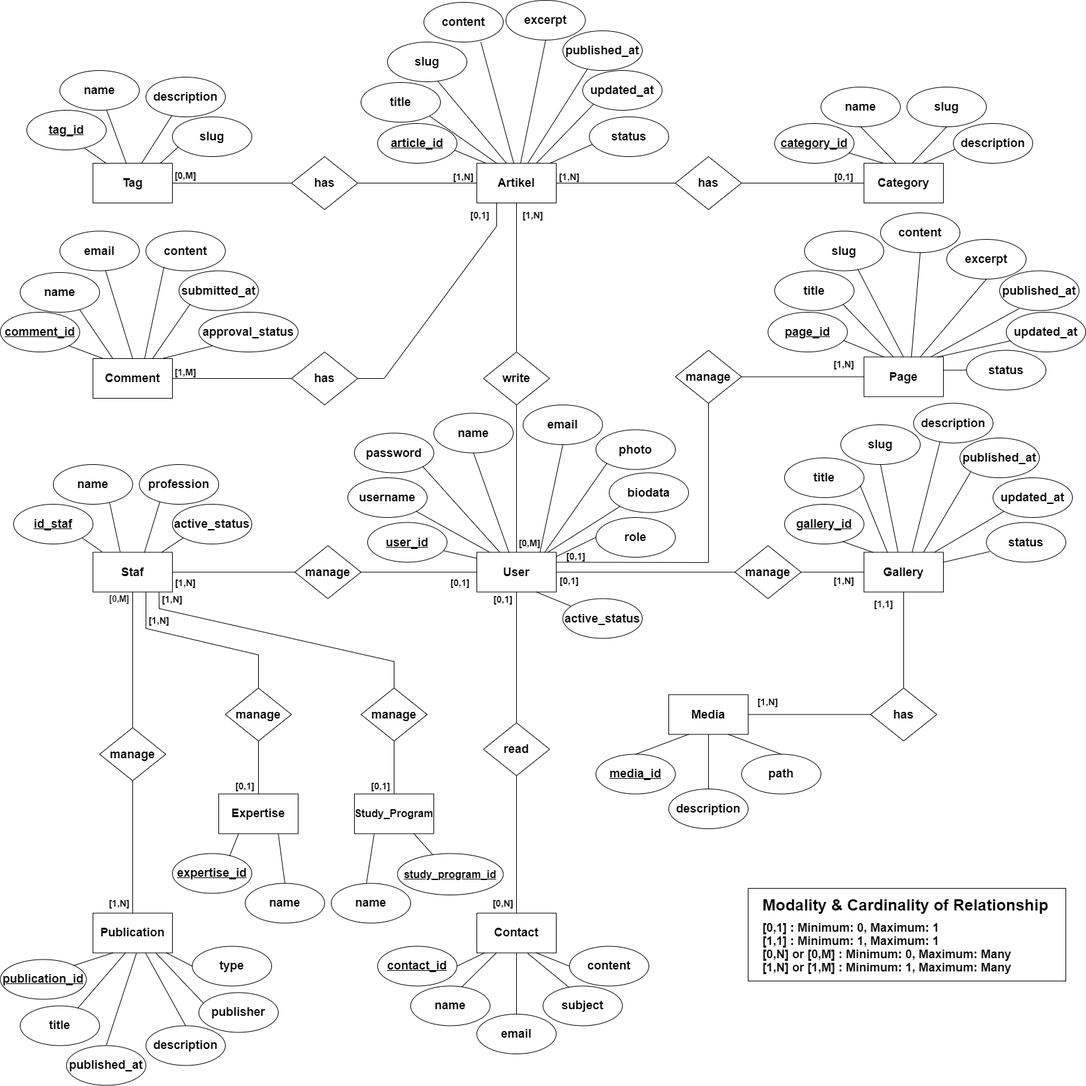
The draw.io diagram higher-edu-web/conceptual-data-model-en.png in alifiharafi/alifiharafi-research.github.io, before a commit. Source tidied: cells renumbered, new cells last; positions are measured from the earlier drawing's top-left corner, leaving out a move shared by most shapes.
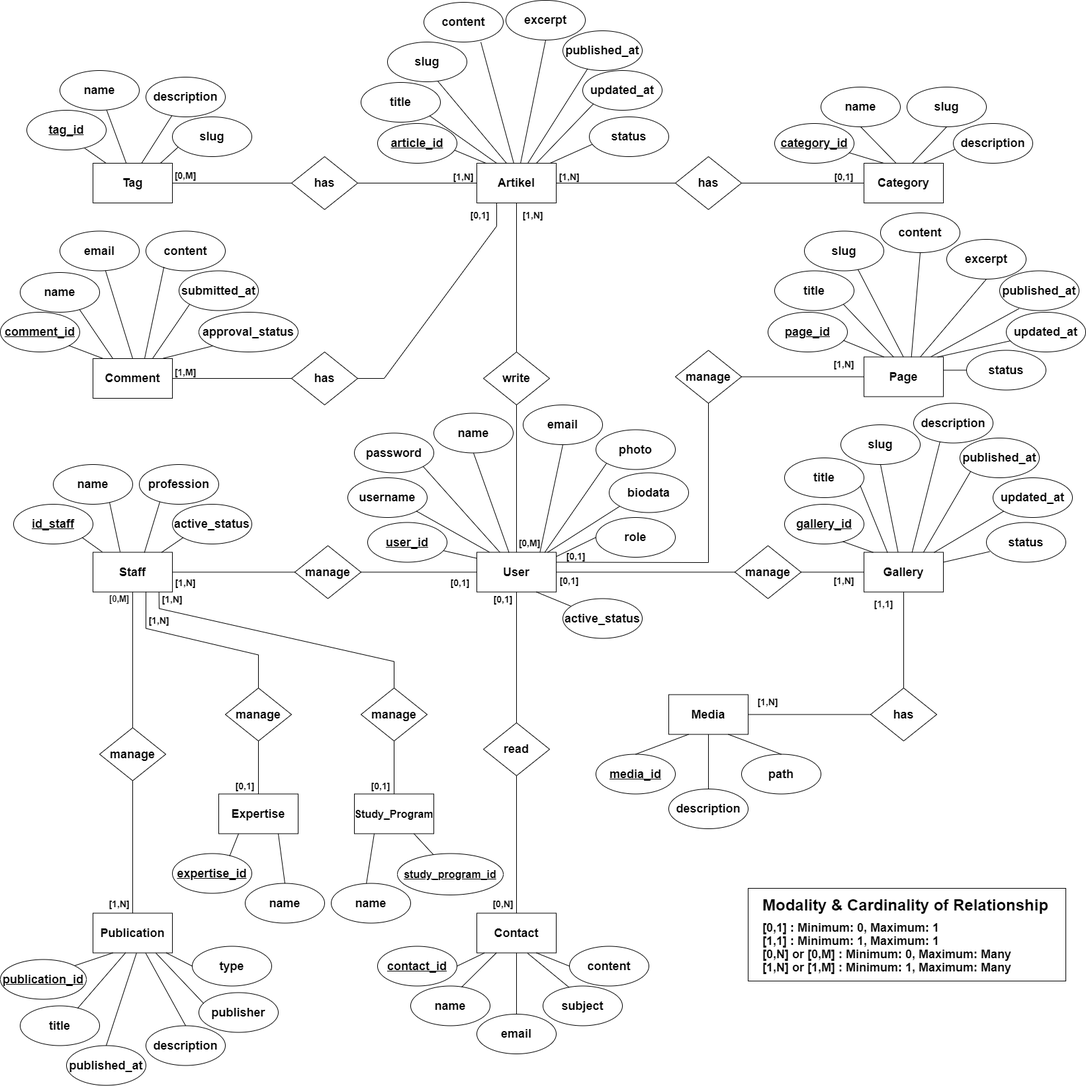
Later version of the same file.

Change to the diagram source:
```diff
@@ -113,7 +113,7 @@
     <mxCell id="38" value="&lt;font style=&quot;font-size: 14px&quot;&gt;[1,N]&lt;/font&gt;" style="text;html=1;strokeColor=none;fillColor=none;align=center;verticalAlign=middle;whiteSpace=wrap;rounded=0;fontSize=13;fontStyle=1;" parent="1" vertex="1">
       <mxGeometry x="785" y="316" width="40" height="15" as="geometry" />
     </mxCell>
-    <mxCell id="39" value="&lt;font style=&quot;font-size: 18px&quot;&gt;Staf&lt;/font&gt;" style="rounded=0;whiteSpace=wrap;html=1;fontSize=14;fontStyle=1;" parent="1" vertex="1">
+    <mxCell id="39" value="&lt;font style=&quot;font-size: 18px&quot;&gt;Staff&lt;/font&gt;" style="rounded=0;whiteSpace=wrap;html=1;fontSize=14;fontStyle=1;" parent="1" vertex="1">
       <mxGeometry x="140" y="833.5" width="120" height="60" as="geometry" />
     </mxCell>
     <mxCell id="40" value="&lt;font style=&quot;font-size: 18px&quot;&gt;write&lt;/font&gt;" style="rhombus;whiteSpace=wrap;html=1;fontSize=12;fontStyle=1;" parent="1" vertex="1">
@@ -294,7 +294,7 @@
     <mxCell id="97" value="&lt;font style=&quot;font-size: 18px&quot;&gt;path&lt;/font&gt;" style="ellipse;whiteSpace=wrap;html=1;fontStyle=1;fillColor=default;strokeColor=default;fontColor=default;" parent="1" vertex="1">
       <mxGeometry x="1120" y="1138.5" width="120" height="60" as="geometry" />
     </mxCell>
-    <mxCell id="98" value="&lt;font style=&quot;font-size: 18px;&quot;&gt;&lt;u style=&quot;font-size: 18px;&quot;&gt;id_staf&lt;/u&gt;&lt;br style=&quot;font-size: 18px;&quot;&gt;&lt;/font&gt;" style="ellipse;whiteSpace=wrap;html=1;fontStyle=1;fontSize=18;" parent="1" vertex="1">
+    <mxCell id="98" value="&lt;font style=&quot;font-size: 18px&quot;&gt;&lt;u style=&quot;font-size: 18px&quot;&gt;id_staff&lt;/u&gt;&lt;br style=&quot;font-size: 18px&quot;&gt;&lt;/font&gt;" style="ellipse;whiteSpace=wrap;html=1;fontStyle=1;fontSize=18;" parent="1" vertex="1">
       <mxGeometry x="20" y="761" width="120" height="60" as="geometry" />
     </mxCell>
     <mxCell id="99" value="&lt;font style=&quot;font-size: 18px&quot;&gt;name&lt;br style=&quot;font-size: 18px&quot;&gt;&lt;/font&gt;" style="ellipse;whiteSpace=wrap;html=1;fontStyle=1;fontSize=18;" parent="1" vertex="1">
```
